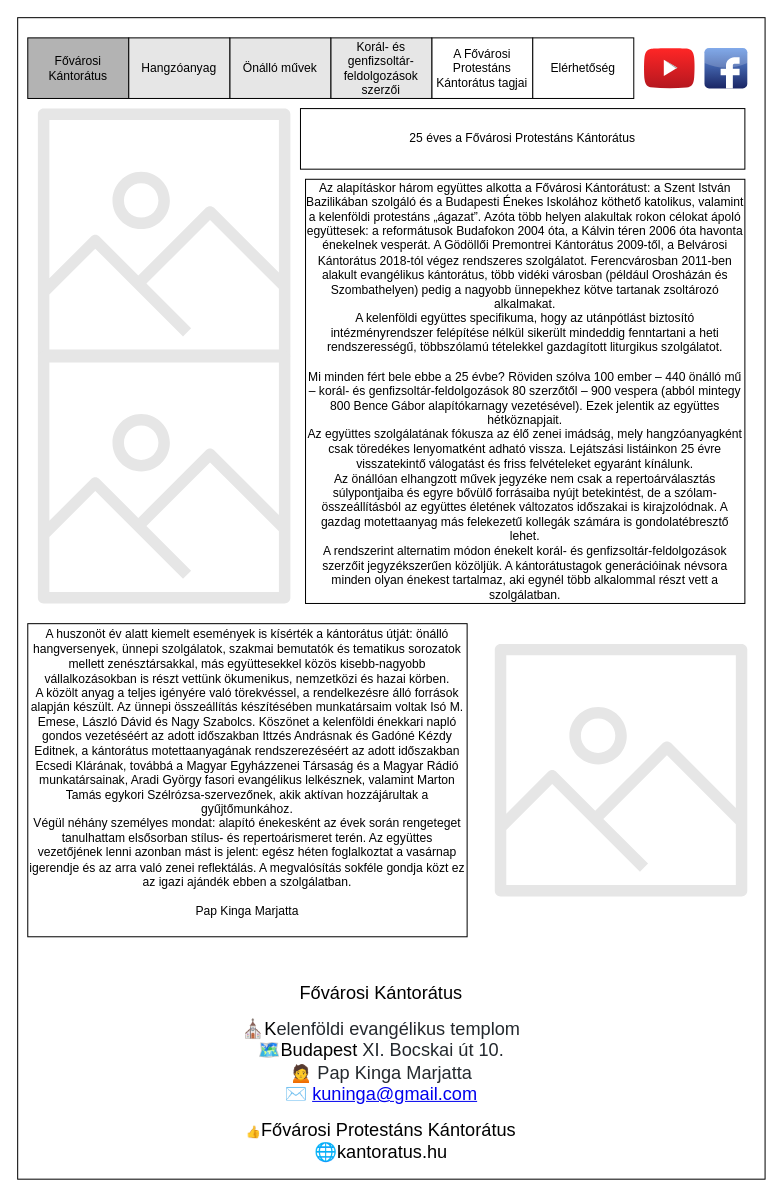
This is Docs/Specs/Fooldal/Fooldal.drawio from FanBar/Kantoratus, a draw.io file, before an edit. Source tidied: cells renumbered, new cells numbered last; positions are measured from the earlier drawing's top-left corner, leaving out a move shared by most shapes. Both pictures are drawn from the tidied source at 101%, with x=0, y=0 at pixel (17, 17).
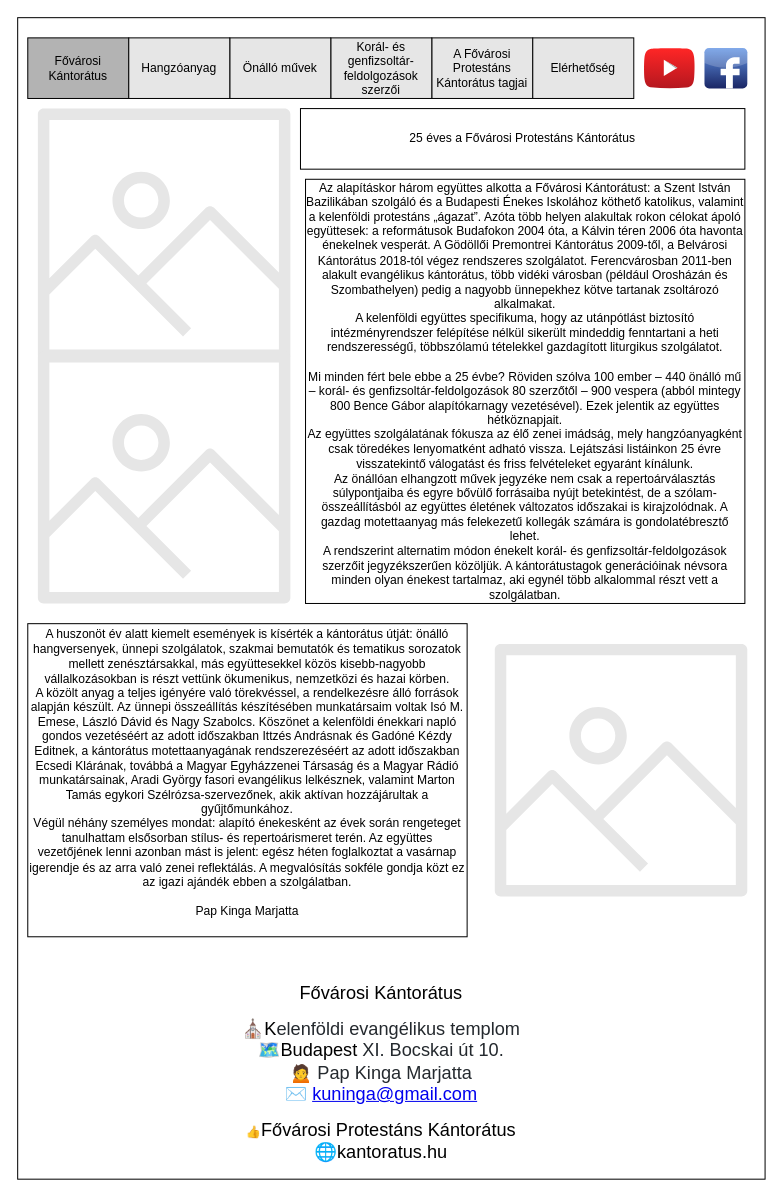
The same page after the edit.

Commit message:
Recolor menu

What changed in the source:
```diff
@@
 <mxGraphModel>
   <root>
     <mxCell id="0" />
     <mxCell id="1" parent="0" />
     <mxCell id="2" style="rounded=0;whiteSpace=wrap;html=1;fillColor=#FFFFFF;" parent="1" vertex="1">
       <mxGeometry width="740" height="1150" as="geometry" />
     </mxCell>
     <mxCell id="3" value="Fővárosi Kántorátus" style="rounded=0;whiteSpace=wrap;html=1;fillColor=#B3B3B3;" parent="1" vertex="1">
       <mxGeometry x="10" y="20" width="100" height="60" as="geometry" />
     </mxCell>
     <mxCell id="4" style="dashed=0;html=1;align=center;labelPosition=center;verticalLabelPosition=bottom;verticalAlign=top;shape=mxgraph.webicons.facebook;fillColor=#6294E4;gradientColor=#1A2665;" parent="1" vertex="1">
       <mxGeometry x="680" y="30" width="42.4" height="40" as="geometry" />
     </mxCell>
     <mxCell id="5" style="dashed=0;html=1;align=center;labelPosition=center;verticalLabelPosition=bottom;verticalAlign=top;shape=mxgraph.weblogos.youtube_2;fillColor=#FF2626;gradientColor=#B5171F;" parent="1" vertex="1">
       <mxGeometry x="620" y="30" width="50.4" height="40" as="geometry" />
     </mxCell>
-    <mxCell id="6" value="A Fővárosi Protestáns Kántorátus tagjai" style="rounded=0;whiteSpace=wrap;html=1;" parent="1" vertex="1">
+    <mxCell id="6" value="A Fővárosi Protestáns Kántorátus tagjai" style="rounded=0;whiteSpace=wrap;html=1;fillColor=#E6E6E6;" parent="1" vertex="1">
       <mxGeometry x="410" y="20" width="100" height="60" as="geometry" />
     </mxCell>
     <mxCell id="7" value="Korál- és genfizsoltár-feldolgozások szerzői" style="rounded=0;whiteSpace=wrap;html=1;fillColor=#E6E6E6;" parent="1" vertex="1">
       <mxGeometry x="310" y="20" width="100" height="60" as="geometry" />
     </mxCell>
     <mxCell id="8" value="Önálló művek" style="rounded=0;whiteSpace=wrap;html=1;fillColor=#E6E6E6;" parent="1" vertex="1">
       <mxGeometry x="210" y="20" width="100" height="60" as="geometry" />
     </mxCell>
     <mxCell id="9" value="Hangzóanyag" style="rounded=0;whiteSpace=wrap;html=1;fillColor=#E6E6E6;" parent="1" vertex="1">
       <mxGeometry x="110" y="20" width="100" height="60" as="geometry" />
     </mxCell>
-    <mxCell id="10" value="Elérhetőség" style="rounded=0;whiteSpace=wrap;html=1;" parent="1" vertex="1">
+    <mxCell id="10" value="Elérhetőség" style="rounded=0;whiteSpace=wrap;html=1;fillColor=#E6E6E6;" parent="1" vertex="1">
       <mxGeometry x="510" y="20" width="100" height="60" as="geometry" />
     </mxCell>
     <mxCell id="11" style="fontColor=#232F3E;gradientColor=none;fillColor=#E6E6E6;strokeColor=none;dashed=0;verticalLabelPosition=bottom;verticalAlign=top;align=center;html=1;fontSize=12;fontStyle=0;shape=mxgraph.aws4.container_registry_image;" parent="1" vertex="1">
       <mxGeometry x="20" y="90" width="250" height="250" as="geometry" />
     </mxCell>
     <mxCell id="12" value="&lt;div&gt;&lt;span&gt;Az alapításkor három együttes alkotta a Fővárosi Kántorátust: a Szent István Bazilikában szolgáló és a Budapesti Énekes Iskolához köthető katolikus, valamint a kelenföldi protestáns „ágazat”. Azóta több helyen alakultak rokon célokat ápoló együttesek: a reformátusok Budafokon 2004 óta, a Kálvin téren 2006 óta havonta énekelnek vesperát. A Gödöllői Premontrei Kántorátus 2009-től, a Belvárosi Kántorátus 2018-tól végez rendszeres szolgálatot. Ferencvárosban 2011-ben alakult evangélikus kántorátus, több vidéki városban (például Orosházán és Szombathelyen) pedig a nagyobb ünnepekhez kötve tartanak zsoltározó alkalmakat.&lt;/span&gt;&lt;br&gt;&lt;/div&gt;&lt;div&gt;A kelenföldi együttes specifikuma, hogy az utánpótlást biztosító intézményrendszer felépítése nélkül sikerült mindeddig fenntartani a heti rendszerességű, többszólamú tételekkel gazdagított liturgikus szolgálatot.&lt;/div&gt;&lt;div&gt;&lt;br&gt;&lt;/div&gt;&lt;div&gt;Mi minden fért bele ebbe a 25 évbe? Röviden szólva 100 ember – 440 önálló mű – korál- és genfizsoltár-feldolgozások 80 szerzőtől – 900 vespera (abból mintegy 800 Bence Gábor alapítókarnagy vezetésével). Ezek jelentik az együttes hétköznapjait.&lt;/div&gt;&lt;div&gt;Az együttes szolgálatának fókusza az élő zenei imádság, mely hangzóanyagként csak töredékes lenyomatként adható vissza. Lejátszási listáinkon 25 évre visszatekintő válogatást és friss felvételeket egyaránt kínálunk.&lt;/div&gt;&lt;div&gt;Az önállóan elhangzott művek jegyzéke nem csak a repertoárválasztás súlypontjaiba és egyre bővülő forrásaiba nyújt betekintést, de a szólam-összeállításból az együttes életének változatos időszakai is kirajzolódnak. A gazdag motettaanyag más felekezetű kollegák számára is gondolatébresztő lehet.&lt;/div&gt;&lt;div&gt;A rendszerint alternatim módon énekelt korál- és genfizsoltár-feldolgozások szerzőit jegyzékszerűen közöljük. A kántorátustagok generációinak névsora minden olyan énekest tartalmaz, aki egynél több alkalommal részt vett a szolgálatban.&lt;/div&gt;" style="rounded=0;whiteSpace=wrap;html=1;fillColor=#FFFFFF;" parent="1" vertex="1">
       <mxGeometry x="285" y="160" width="435" height="420" as="geometry" />
     </mxCell>
     <mxCell id="13" value="&lt;div&gt;A huszonöt év alatt kiemelt események is kísérték a kántorátus útját: önálló hangversenyek, ünnepi szolgálatok, szakmai bemutatók és tematikus sorozatok mellett zenésztársakkal, más együttesekkel közös kisebb-nagyobb vállalkozásokban is részt vettünk ökumenikus, nemzetközi és hazai körben.&lt;/div&gt;&lt;div&gt;A közölt anyag a teljes igényére való törekvéssel, a rendelkezésre álló források alapján készült. Az ünnepi összeállítás készítésében munkatársaim voltak Isó M. Emese, László Dávid és Nagy Szabolcs. Köszönet a kelenföldi énekkari napló gondos vezetéséért az adott időszakban Ittzés Andrásnak és Gadóné Kézdy Editnek, a kántorátus motettaanyagának rendszerezéséért az adott időszakban Ecsedi Klárának, továbbá a Magyar Egyházzenei Társaság és a Magyar Rádió munkatársainak, Aradi György fasori evangélikus lelkésznek, valamint Marton Tamás egykori Szélrózsa-szervezőnek, akik aktívan hozzájárultak a gyűjtőmunkához.&lt;/div&gt;&lt;div&gt;Végül néhány személyes mondat: alapító énekesként az évek során rengeteget tanulhattam elsősorban stílus- és repertoárismeret terén. Az együttes vezetőjének lenni azonban mást is jelent: egész héten foglalkoztat a vasárnap igerendje és az arra való zenei reflektálás. A megvalósítás sokféle gondja közt ez az igazi ajándék ebben a szolgálatban.&lt;/div&gt;&lt;div&gt;&lt;span&gt;&lt;br&gt;&lt;/span&gt;&lt;/div&gt;&lt;div&gt;&lt;span&gt;Pap Kinga Marjatta&lt;/span&gt;&lt;/div&gt;&lt;div&gt; &lt;br&gt;&lt;/div&gt;" style="rounded=0;whiteSpace=wrap;html=1;fillColor=#FFFFFF;" parent="1" vertex="1">
       <mxGeometry x="10" y="600" width="435" height="310" as="geometry" />
     </mxCell>
     <mxCell id="14" value="&lt;span&gt;25 éves a Fővárosi Protestáns Kántorátus&lt;/span&gt;" style="rounded=0;whiteSpace=wrap;html=1;fillColor=#FFFFFF;" parent="1" vertex="1">
       <mxGeometry x="280" y="90" width="440" height="60" as="geometry" />
     </mxCell>
     <mxCell id="15" style="fontColor=#232F3E;gradientColor=none;fillColor=#E6E6E6;strokeColor=none;dashed=0;verticalLabelPosition=bottom;verticalAlign=top;align=center;html=1;fontSize=12;fontStyle=0;shape=mxgraph.aws4.container_registry_image;" parent="1" vertex="1">
       <mxGeometry x="472.4" y="620" width="250" height="250" as="geometry" />
     </mxCell>
     <mxCell id="16" style="fontColor=#232F3E;gradientColor=none;fillColor=#E6E6E6;strokeColor=none;dashed=0;verticalLabelPosition=bottom;verticalAlign=top;align=center;html=1;fontSize=12;fontStyle=0;shape=mxgraph.aws4.container_registry_image;" parent="1" vertex="1">
       <mxGeometry x="20" y="330" width="250" height="250" as="geometry" />
     </mxCell>
     <mxCell id="17" value="&lt;font&gt;&lt;span style=&quot;font-size: 18px&quot;&gt;Fővárosi Kántorátus&lt;/span&gt;&lt;br&gt;&lt;br&gt;&lt;font&gt;&lt;span style=&quot;font-size: 18px&quot;&gt;⛪K&lt;/span&gt;&lt;span style=&quot;font-size: 18px ; color: rgb(36 , 41 , 46) ; background-color: rgb(255 , 255 , 255)&quot;&gt;elenföldi evangélikus templom&lt;br&gt;&lt;/span&gt;&lt;span style=&quot;font-size: 18px&quot;&gt;🗺️Budapest&amp;nbsp;&lt;/span&gt;&lt;span style=&quot;font-size: 18px ; color: rgb(36 , 41 , 46) ; background-color: rgb(255 , 255 , 255)&quot;&gt;XI. Bocskai út 10.&lt;br&gt;&lt;/span&gt;&lt;span style=&quot;font-size: 18px&quot;&gt;🙍&amp;nbsp;&lt;/span&gt;&lt;span style=&quot;font-size: 18px ; color: rgb(36 , 41 , 46) ; background-color: rgb(255 , 255 , 255)&quot;&gt;Pap Kinga Marjatta&lt;/span&gt;&lt;br&gt;&lt;span style=&quot;font-size: 18px&quot;&gt;✉️&amp;nbsp;&lt;/span&gt;&lt;a href=&quot;mailto:kuninga@gmail.com&quot; style=&quot;font-size: 18px ; box-sizing: border-box ; background-color: rgb(255 , 255 , 255)&quot;&gt;kuninga@gmail.com&lt;/a&gt;&lt;br&gt;&lt;br&gt;👍&lt;font style=&quot;font-size: 18px&quot;&gt;Fővárosi Protestáns Kántorátus&lt;/font&gt;&lt;br&gt;&lt;span style=&quot;font-size: 18px&quot;&gt;🌐kantoratus.hu&lt;/span&gt;&lt;/font&gt;&lt;/font&gt;" style="text;html=1;strokeColor=none;fillColor=none;align=center;verticalAlign=middle;whiteSpace=wrap;rounded=0;" parent="1" vertex="1">
       <mxGeometry x="195" y="950" width="330" height="190" as="geometry" />
     </mxCell>
   </root>
 </mxGraphModel>
```
